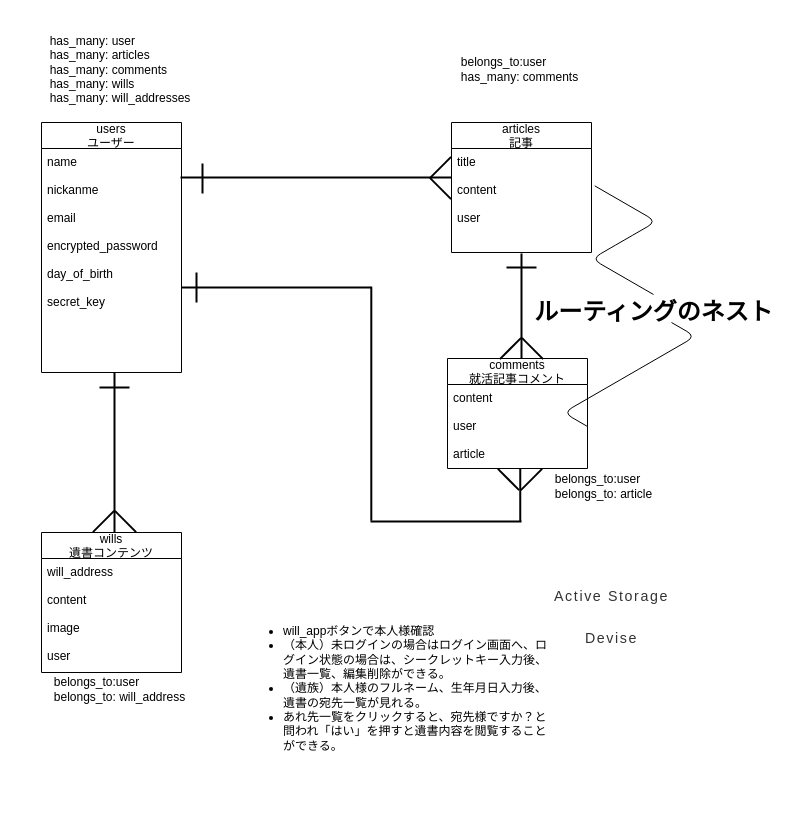
This is will_app.dio from tatsuaki1234/will_app, a draw.io file, before an edit. Source tidied: cells renumbered, new cells numbered last; positions are measured from the earlier drawing's top-left corner, leaving out a move shared by most shapes. Both pictures are drawn from the tidied source at 100%, with x=0, y=0 at pixel (17, 17).
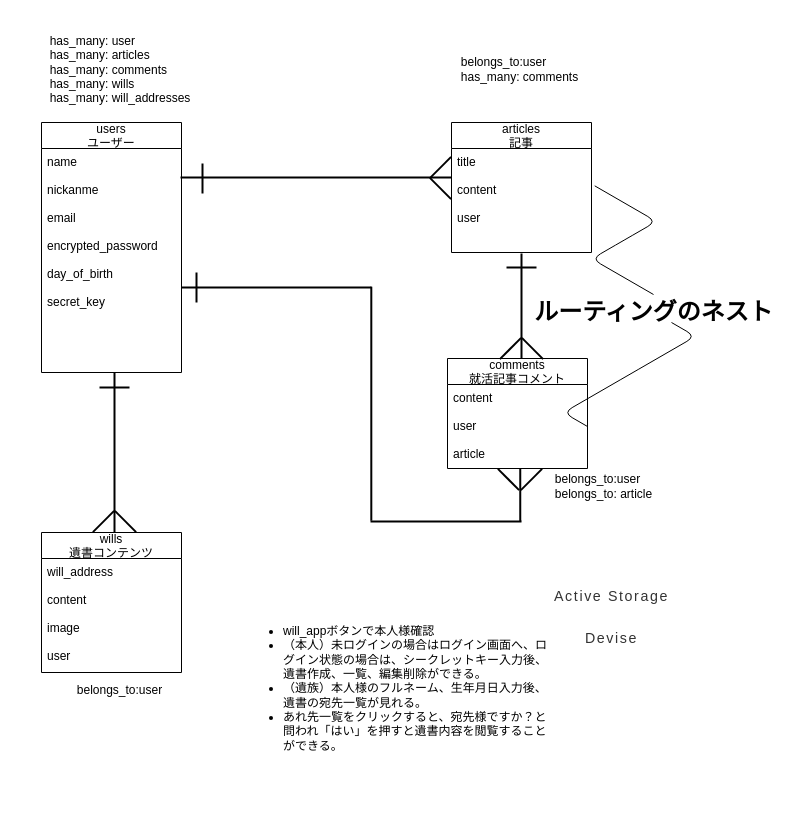
Above is the later version.

Diff of the diagram source:
```diff
@@
-    <mxCell id="37" value="&lt;div style=&quot;text-align: left&quot;&gt;&lt;br&gt;&lt;/div&gt;&lt;div style=&quot;text-align: left&quot;&gt;&lt;span&gt;belongs_to:user&lt;/span&gt;&lt;/div&gt;&lt;div style=&quot;text-align: left&quot;&gt;&lt;span&gt;belongs_to: will_address&lt;/span&gt;&lt;/div&gt;" style="text;html=1;strokeColor=none;fillColor=none;align=center;verticalAlign=middle;whiteSpace=wrap;overflow=hidden;" parent="1" vertex="1">
+    <mxCell id="37" value="&lt;div style=&quot;text-align: left&quot;&gt;&lt;br&gt;&lt;/div&gt;&lt;div style=&quot;text-align: left&quot;&gt;&lt;span&gt;belongs_to:user&lt;/span&gt;&lt;/div&gt;" style="text;html=1;strokeColor=none;fillColor=none;align=center;verticalAlign=middle;whiteSpace=wrap;overflow=hidden;" parent="1" vertex="1">
       <mxGeometry x="35" y="635" width="135" height="60" as="geometry" />
     </mxCell>
-    <mxCell id="38" value="&lt;ul&gt;&lt;li&gt;will_appボタンで本人様確認&lt;/li&gt;&lt;li&gt;（本人）未ログインの場合はログイン画面へ、ログイン状態の場合は、シークレットキー入力後、遺書一覧、編集削除ができる。&lt;/li&gt;&lt;li&gt;（遺族）本人様のフルネーム、生年月日入力後、遺書の宛先一覧が見れる。&lt;/li&gt;&lt;li&gt;あれ先一覧をクリックすると、宛先様ですか？と問われ「はい」を押すと遺書内容を閲覧することができる。&lt;/li&gt;&lt;/ul&gt;" style="text;strokeColor=none;fillColor=none;html=1;whiteSpace=wrap;verticalAlign=middle;overflow=hidden;" parent="1" vertex="1">
+    <mxCell id="38" value="&lt;ul&gt;&lt;li&gt;will_appボタンで本人様確認&lt;/li&gt;&lt;li&gt;（本人）未ログインの場合はログイン画面へ、ログイン状態の場合は、シークレットキー入力後、遺書作成、一覧、編集削除ができる。&lt;/li&gt;&lt;li&gt;（遺族）本人様のフルネーム、生年月日入力後、遺書の宛先一覧が見れる。&lt;/li&gt;&lt;li&gt;あれ先一覧をクリックすると、宛先様ですか？と問われ「はい」を押すと遺書内容を閲覧することができる。&lt;/li&gt;&lt;/ul&gt;" style="text;strokeColor=none;fillColor=none;html=1;whiteSpace=wrap;verticalAlign=middle;overflow=hidden;" parent="1" vertex="1">
       <mxGeometry x="224" y="536" width="310" height="269" as="geometry" />
     </mxCell>
```
